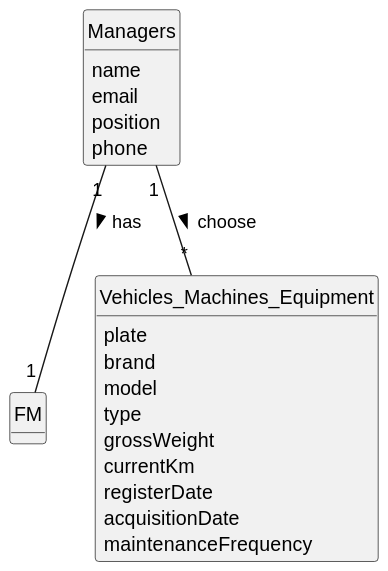
This is docs/sprintA/us006/02.analysis/svg/us006-domain-model.svg from Departamento-de-Engenharia-Informatica/lei-24-s2-1df-1de-g063, a PlantUML export, as it was before one commit. Its diagram source:
```plantuml
@startuml
skinparam monochrome true
skinparam packageStyle rectangle
skinparam shadowing false


skinparam classAttributeIconSize 0

hide circle
hide methods



class FM {

}

class Managers {
    name
    email
    position
    phone
}


class Vehicles_Machines_Equipment {
    plate
    brand
    model
    type
    grossWeight
    currentKm
    registerDate
    acquisitionDate
    maintenanceFrequency
}



Managers "1"-- "*"Vehicles_Machines_Equipment: choose >

Managers "1" -- "1"FM: has >
@enduml
```
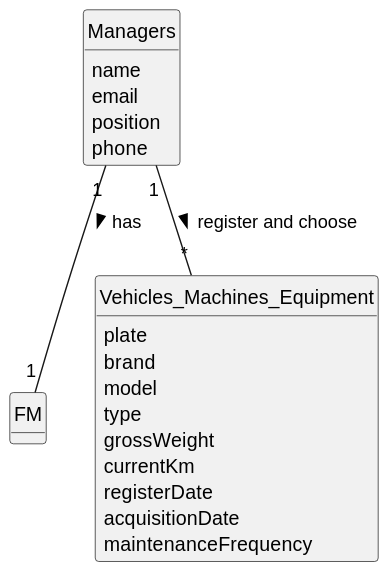
Above is the later version.

Diff of the diagram source:
```diff
@@ -37,7 +37,7 @@
 
 
 
-Managers "1"-- "*"Vehicles_Machines_Equipment: choose >
+Managers "1"-- "*"Vehicles_Machines_Equipment: register and choose >
 
 Managers "1" -- "1"FM: has >
 @enduml
```
